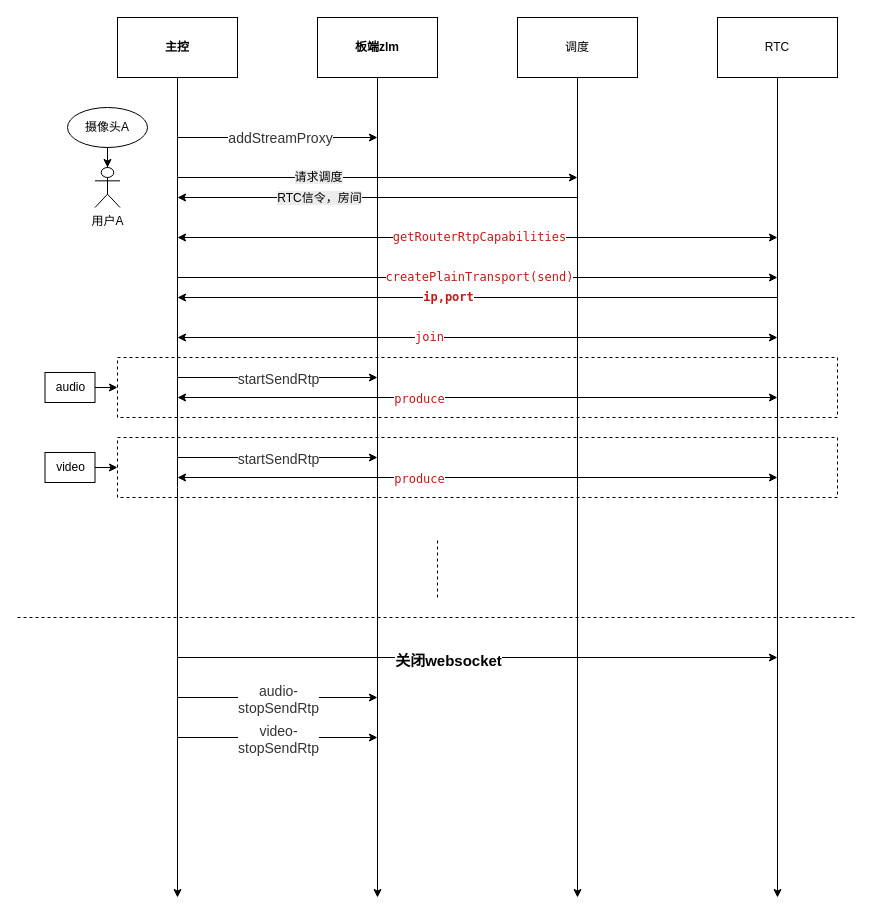
Before: page "rtsp->rtc" (1 of 3) of weidian.drawio in craterone/imgs, a draw.io diagram. Source tidied: cells renumbered, new cells numbered last; positions are measured from the earlier drawing's top-left corner, leaving out a move shared by most shapes. Both pictures are drawn from the tidied source at 100%, with x=0, y=0 at pixel (17, 17).
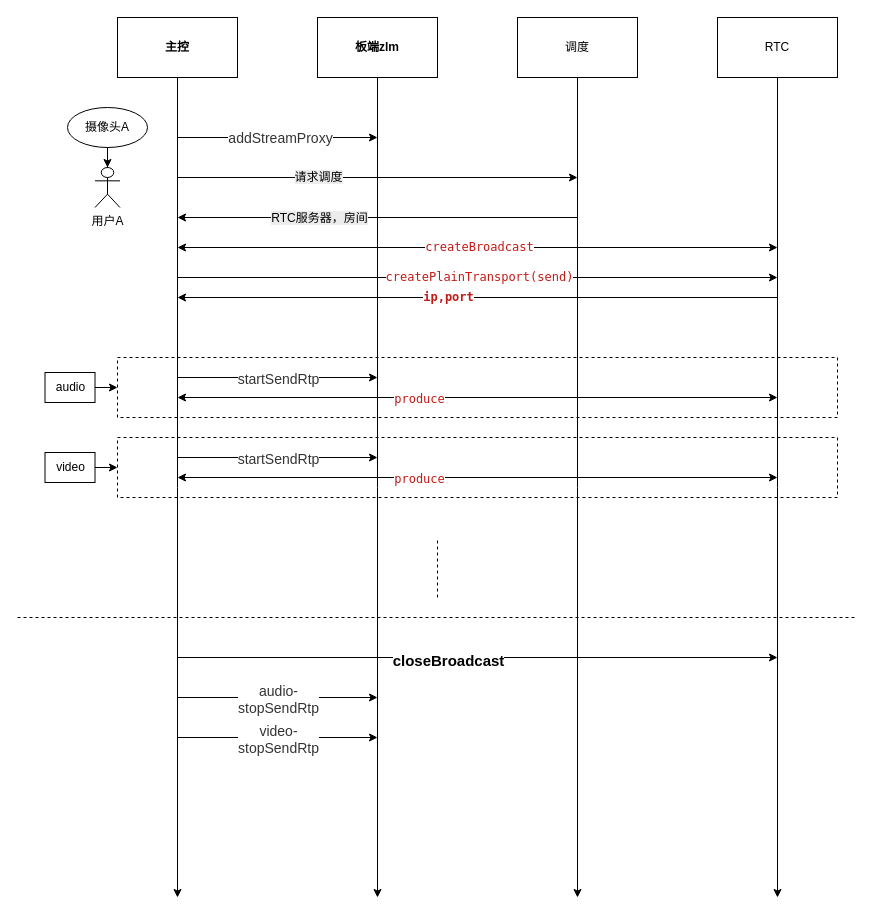
The same diagram, later.

The change refers to these unchanged cells:
```xml
<mxCell id="47" style="endArrow=classic;html=1;rounded=0;" parent="1" edge="1">
  <mxGeometry relative="1" as="geometry">
    <mxPoint x="160" y="640" as="sourcePoint" />
    <mxPoint x="760" y="640" as="targetPoint" />
  </mxGeometry>
</mxCell>
```

Diff of the diagram source:
```diff
@@
     <mxCell id="19" style="endArrow=classic;html=1;rounded=0;" parent="1" edge="1">
       <mxGeometry relative="1" as="geometry">
-        <mxPoint x="560" y="180" as="sourcePoint" />
-        <mxPoint x="160" y="180" as="targetPoint" />
+        <mxPoint x="560" y="200" as="sourcePoint" />
+        <mxPoint x="160" y="200" as="targetPoint" />
       </mxGeometry>
     </mxCell>
-    <mxCell id="20" value="&lt;span style=&quot;font-size: 12px; background-color: rgb(236, 236, 236);&quot;&gt;RTC信令，房间&lt;/span&gt;" style="edgeLabel;html=1;align=center;verticalAlign=middle;" parent="19" vertex="1">
+    <mxCell id="20" value="&lt;span style=&quot;font-size: 12px; background-color: rgb(236, 236, 236);&quot;&gt;RTC服务器，房间&lt;/span&gt;" style="edgeLabel;html=1;align=center;verticalAlign=middle;" parent="19" vertex="1">
       <mxGeometry x="0.04" y="-3" relative="1" as="geometry">
         <mxPoint x="-51" y="3" as="offset" />
       </mxGeometry>
     </mxCell>
     <mxCell id="21" style="endArrow=classic;html=1;rounded=0;startArrow=classic;startFill=1;" parent="1" edge="1">
       <mxGeometry relative="1" as="geometry">
-        <mxPoint x="160" y="220" as="sourcePoint" />
-        <mxPoint x="760" y="220" as="targetPoint" />
+        <mxPoint x="160" y="230" as="sourcePoint" />
+        <mxPoint x="760" y="230" as="targetPoint" />
       </mxGeometry>
     </mxCell>
-    <mxCell id="22" value="&lt;p style=&quot;margin: 0px; font-variant-numeric: normal; font-variant-east-asian: normal; font-variant-alternates: normal; font-size-adjust: none; font-kerning: auto; font-optical-sizing: auto; font-feature-settings: normal; font-variation-settings: normal; font-variant-position: normal; font-variant-emoji: normal; font-stretch: normal; font-size: 12px; line-height: normal; font-family: Menlo; color: rgb(196, 26, 22); text-align: start; text-wrap-mode: wrap;&quot; class=&quot;p1&quot;&gt;getRouterRtpCapabilities&lt;/p&gt;" style="edgeLabel;html=1;align=center;verticalAlign=middle;" parent="21" vertex="1">
+    <mxCell id="22" value="&lt;p style=&quot;margin: 0px; font-variant-numeric: normal; font-variant-east-asian: normal; font-variant-alternates: normal; font-size-adjust: none; font-kerning: auto; font-optical-sizing: auto; font-feature-settings: normal; font-variation-settings: normal; font-variant-position: normal; font-variant-emoji: normal; font-stretch: normal; font-size: 12px; line-height: normal; font-family: Menlo; color: rgb(196, 26, 22); text-align: start; text-wrap-mode: wrap;&quot; class=&quot;p1&quot;&gt;createBroadcast&lt;/p&gt;" style="edgeLabel;html=1;align=center;verticalAlign=middle;" parent="21" vertex="1">
       <mxGeometry x="-0.26" y="2" relative="1" as="geometry">
         <mxPoint x="79" as="offset" />
       </mxGeometry>
     </mxCell>
@@
-    <mxCell id="25" style="endArrow=classic;html=1;rounded=0;startArrow=classic;startFill=1;" parent="1" edge="1">
-      <mxGeometry relative="1" as="geometry">
-        <mxPoint x="160" y="320" as="sourcePoint" />
-        <mxPoint x="760" y="320" as="targetPoint" />
-      </mxGeometry>
-    </mxCell>
-    <mxCell id="26" value="&lt;p style=&quot;margin: 0px; font-variant-numeric: normal; font-variant-east-asian: normal; font-variant-alternates: normal; font-size-adjust: none; font-kerning: auto; font-optical-sizing: auto; font-feature-settings: normal; font-variation-settings: normal; font-variant-position: normal; font-variant-emoji: normal; font-stretch: normal; font-size: 12px; line-height: normal; font-family: Menlo; color: rgb(196, 26, 22); text-align: start; text-wrap-mode: wrap;&quot; class=&quot;p1&quot;&gt;join&lt;/p&gt;" style="edgeLabel;html=1;align=center;verticalAlign=middle;" parent="25" vertex="1">
-      <mxGeometry x="-0.26" y="2" relative="1" as="geometry">
-        <mxPoint x="29" as="offset" />
-      </mxGeometry>
-    </mxCell>
@@
-    <mxCell id="48" value="&lt;b&gt;&lt;font style=&quot;font-size: 15px;&quot;&gt;关闭websocket&lt;/font&gt;&lt;/b&gt;" style="edgeLabel;html=1;align=center;verticalAlign=middle;" parent="47" vertex="1">
+    <mxCell id="48" value="&lt;b&gt;&lt;font style=&quot;font-size: 15px;&quot;&gt;closeBroadcast&lt;/font&gt;&lt;/b&gt;" style="edgeLabel;html=1;align=center;verticalAlign=middle;" parent="47" vertex="1">
       <mxGeometry x="-0.1" y="-2" relative="1" as="geometry" />
     </mxCell>
```
